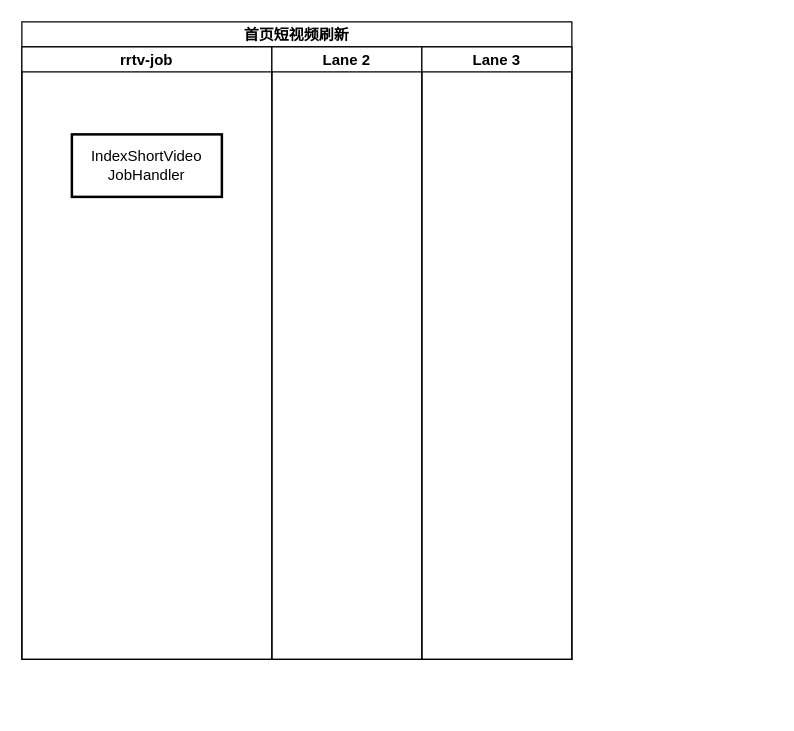
The draw.io diagram page "首页job" (2 of 2) of 增量是否有版权.drawio in songmulin/rr-business, before the edit. Source tidied: cells renumbered, new cells numbered last; positions are measured from the earlier drawing's top-left corner, leaving out a move shared by most shapes. Both pictures are drawn from the tidied source at 125%, with x=0, y=0 at pixel (21, 21).
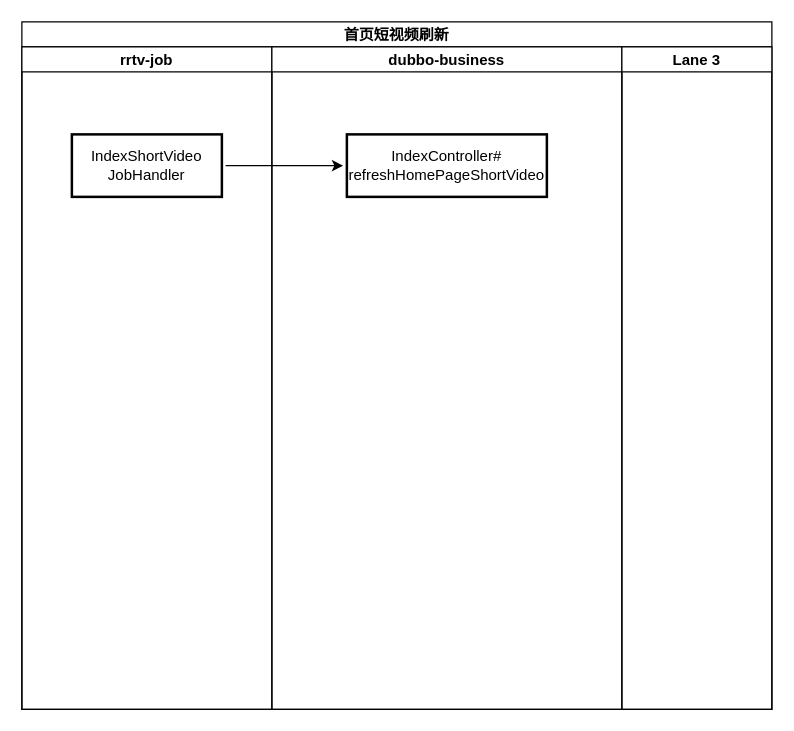
After the change.

The edit, as a diff of the source:
```diff
@@
 <mxGraphModel>
   <root>
     <mxCell id="0" />
     <mxCell id="1" parent="0" />
     <mxCell id="2" value="首页短视频刷新" style="swimlane;startSize=20;hachureGap=4;" parent="1" vertex="1">
-      <mxGeometry width="440" height="510" as="geometry" />
+      <mxGeometry width="600" height="550" as="geometry" />
     </mxCell>
     <mxCell id="3" value="rrtv-job" style="swimlane;startSize=20;" parent="2" vertex="1">
-      <mxGeometry y="20" width="200" height="490" as="geometry" />
+      <mxGeometry y="20" width="200" height="530" as="geometry" />
     </mxCell>
     <mxCell id="4" value="IndexShortVideo&lt;br&gt;JobHandler" style="rounded=0;whiteSpace=wrap;html=1;hachureGap=4;strokeWidth=2;perimeterSpacing=3;direction=west;" parent="3" vertex="1">
       <mxGeometry x="40" y="70" width="120" height="50" as="geometry" />
     </mxCell>
-    <mxCell id="5" value="Lane 2" style="swimlane;startSize=20;" parent="2" vertex="1">
-      <mxGeometry x="200" y="20" width="120" height="490" as="geometry" />
+    <mxCell id="5" value="dubbo-business" style="swimlane;startSize=20;" parent="2" vertex="1">
+      <mxGeometry x="200" y="20" width="280" height="530" as="geometry" />
     </mxCell>
+    <mxCell id="7" value="IndexController#&lt;br&gt;refreshHomePageShortVideo" style="rounded=0;whiteSpace=wrap;html=1;hachureGap=4;strokeWidth=2;perimeterSpacing=3;direction=west;" parent="5" vertex="1">
+      <mxGeometry x="60" y="70" width="160" height="50" as="geometry" />
+    </mxCell>
     <mxCell id="6" value="Lane 3" style="swimlane;startSize=20;" parent="2" vertex="1">
-      <mxGeometry x="320" y="20" width="120" height="490" as="geometry" />
+      <mxGeometry x="480" y="20" width="120" height="530" as="geometry" />
     </mxCell>
+    <mxCell id="8" style="edgeStyle=orthogonalEdgeStyle;rounded=0;jettySize=auto;html=1;entryX=1;entryY=0.5;entryDx=0;entryDy=0;endArrow=classic;endFill=1;startSize=20;sourcePerimeterSpacing=8;targetPerimeterSpacing=8;strokeWidth=1;exitX=0;exitY=0.5;exitDx=0;exitDy=0;" parent="2" edge="1" source="4" target="7">
+      <mxGeometry relative="1" as="geometry" />
+    </mxCell>
   </root>
 </mxGraphModel>
```
